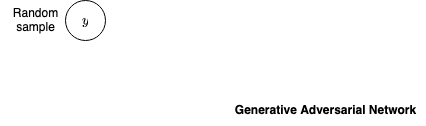
analytiq-hub/sigagent.github.io keeps this draw.io diagram as machine_learning/diagrams/gan.drawio.png. Above is the earlier version. Source tidied: cells renumbered, new cells last; positions are measured from the earlier drawing's top-left corner, leaving out a move shared by most shapes.
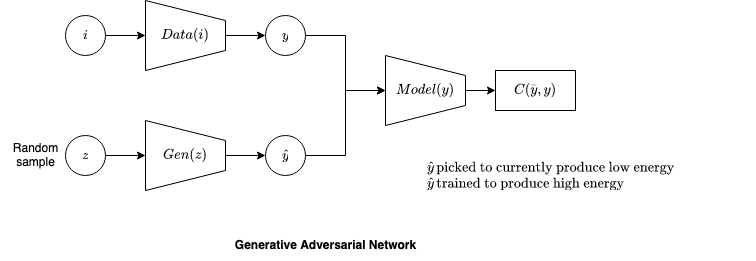
The same diagram one commit later.

Change to the diagram source:
```diff
@@ -2,7 +2,10 @@
   <root>
     <mxCell id="0" />
     <mxCell id="1" parent="0" />
+    <mxCell id="5" style="edgeStyle=orthogonalEdgeStyle;rounded=0;jettySize=auto;html=1;exitX=1;exitY=0.5;exitDx=0;exitDy=0;entryX=0.5;entryY=1;entryDx=0;entryDy=0;" parent="1" edge="1" source="2" target="8">
+      <mxGeometry relative="1" as="geometry" />
+    </mxCell>
-    <mxCell id="2" value="$$y$$" style="ellipse;whiteSpace=wrap;html=1;" parent="1" vertex="1">
+    <mxCell id="2" value="$$z$$" style="ellipse;whiteSpace=wrap;html=1;" parent="1" vertex="1">
       <mxGeometry x="65" width="40" height="40" as="geometry" />
     </mxCell>
     <mxCell id="3" value="&lt;div&gt;Random &lt;br&gt;&lt;/div&gt;&lt;div&gt;sample&lt;/div&gt;" style="text;html=1;align=center;verticalAlign=middle;strokeColor=none;fillColor=none;" parent="1" vertex="1">
@@ -11,5 +14,47 @@
     <mxCell id="4" value="&lt;b&gt;Generative Adversarial Network&lt;/b&gt;" style="text;html=1;align=center;verticalAlign=middle;strokeColor=none;fillColor=none;" parent="1" vertex="1">
       <mxGeometry x="225" y="95" width="200" height="30" as="geometry" />
     </mxCell>
+    <mxCell id="6" value="$$C(\overset{\_}{y},y)$$" style="rounded=0;whiteSpace=wrap;html=1;" parent="1" vertex="1">
+      <mxGeometry x="495" y="-65" width="80" height="40" as="geometry" />
+    </mxCell>
+    <mxCell id="7" style="edgeStyle=orthogonalEdgeStyle;rounded=0;jettySize=auto;html=1;exitX=0.5;exitY=0;exitDx=0;exitDy=0;entryX=0;entryY=0.5;entryDx=0;entryDy=0;" parent="1" edge="1" source="8" target="14">
+      <mxGeometry relative="1" as="geometry" />
+    </mxCell>
+    <mxCell id="8" value="$$Gen(z)$$" style="shape=trapezoid;perimeter=trapezoidPerimeter;whiteSpace=wrap;html=1;fixedSize=1;direction=south;" parent="1" vertex="1">
+      <mxGeometry x="145" y="-15" width="80" height="70" as="geometry" />
+    </mxCell>
+    <mxCell id="9" style="edgeStyle=orthogonalEdgeStyle;rounded=0;jettySize=auto;html=1;exitX=1;exitY=0.5;exitDx=0;exitDy=0;entryX=0.5;entryY=1;entryDx=0;entryDy=0;" parent="1" edge="1" source="10" target="12">
+      <mxGeometry relative="1" as="geometry" />
+    </mxCell>
+    <mxCell id="10" value="$$i$$" style="ellipse;whiteSpace=wrap;html=1;" parent="1" vertex="1">
+      <mxGeometry x="65" y="-120" width="40" height="40" as="geometry" />
+    </mxCell>
+    <mxCell id="11" style="edgeStyle=orthogonalEdgeStyle;rounded=0;jettySize=auto;html=1;exitX=0.5;exitY=0;exitDx=0;exitDy=0;entryX=0;entryY=0.5;entryDx=0;entryDy=0;" parent="1" edge="1" source="12" target="16">
+      <mxGeometry relative="1" as="geometry" />
+    </mxCell>
+    <mxCell id="12" value="$$Data(i)$$" style="shape=trapezoid;perimeter=trapezoidPerimeter;whiteSpace=wrap;html=1;fixedSize=1;direction=south;" parent="1" vertex="1">
+      <mxGeometry x="145" y="-135" width="80" height="70" as="geometry" />
+    </mxCell>
+    <mxCell id="13" style="edgeStyle=orthogonalEdgeStyle;rounded=0;jettySize=auto;html=1;entryX=0.5;entryY=1;entryDx=0;entryDy=0;" parent="1" edge="1" source="14" target="19">
+      <mxGeometry relative="1" as="geometry" />
+    </mxCell>
+    <mxCell id="14" value="$$\hat{y}$$" style="ellipse;whiteSpace=wrap;html=1;" parent="1" vertex="1">
+      <mxGeometry x="265" width="40" height="40" as="geometry" />
+    </mxCell>
+    <mxCell id="15" style="edgeStyle=orthogonalEdgeStyle;rounded=0;jettySize=auto;html=1;exitX=1;exitY=0.5;exitDx=0;exitDy=0;entryX=0.5;entryY=1;entryDx=0;entryDy=0;" parent="1" edge="1" source="16" target="19">
+      <mxGeometry relative="1" as="geometry" />
+    </mxCell>
+    <mxCell id="16" value="$$y$$" style="ellipse;whiteSpace=wrap;html=1;" parent="1" vertex="1">
+      <mxGeometry x="265" y="-120" width="40" height="40" as="geometry" />
+    </mxCell>
+    <mxCell id="17" value="&lt;div&gt;$$\hat{y}\, \text{picked to currently produce low energy}$$&lt;/div&gt;&lt;div&gt;$$\hat{y}\, \text{trained to produce high energy}$$&lt;/div&gt;" style="text;html=1;align=left;verticalAlign=middle;strokeColor=none;fillColor=none;" parent="1" vertex="1">
+      <mxGeometry x="425" y="20" width="330" height="40" as="geometry" />
+    </mxCell>
+    <mxCell id="18" style="edgeStyle=orthogonalEdgeStyle;rounded=0;jettySize=auto;html=1;exitX=0.5;exitY=0;exitDx=0;exitDy=0;" parent="1" edge="1" source="19" target="6">
+      <mxGeometry relative="1" as="geometry" />
+    </mxCell>
+    <mxCell id="19" value="$$Model(y)$$" style="shape=trapezoid;perimeter=trapezoidPerimeter;whiteSpace=wrap;html=1;fixedSize=1;direction=south;" parent="1" vertex="1">
+      <mxGeometry x="385" y="-80" width="80" height="70" as="geometry" />
+    </mxCell>
   </root>
 </mxGraphModel>
```
